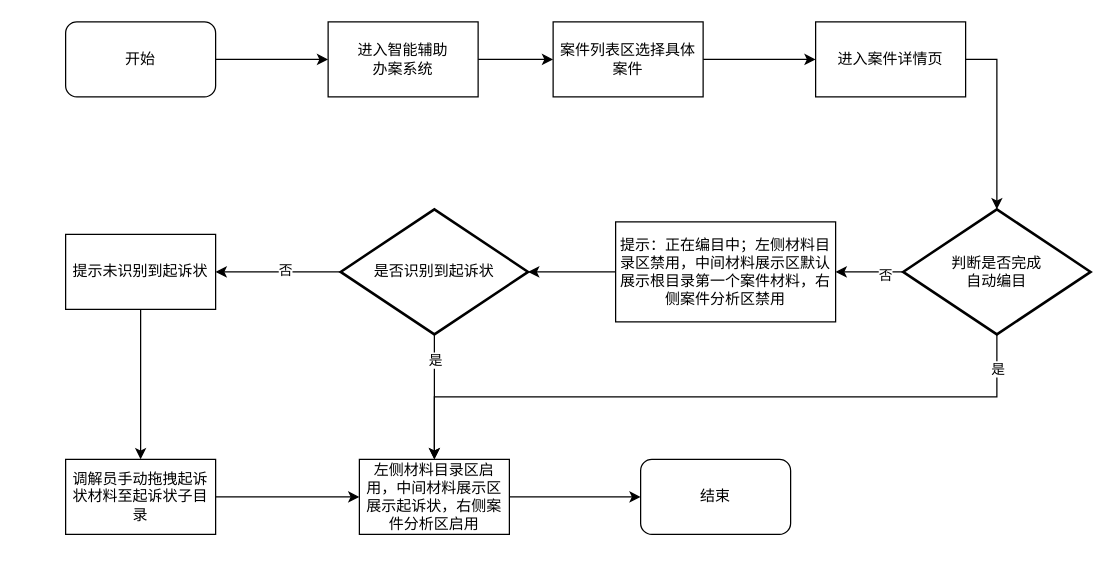
Above: 案件管理模块流程图.drawio in Lainy0605/graduate (draw.io), before the change. Source tidied: cells renumbered, new cells numbered last; positions are measured from the earlier drawing's top-left corner, leaving out a move shared by most shapes. Both pictures are drawn from the tidied source at 125%, with x=0, y=0 at pixel (65, 21).
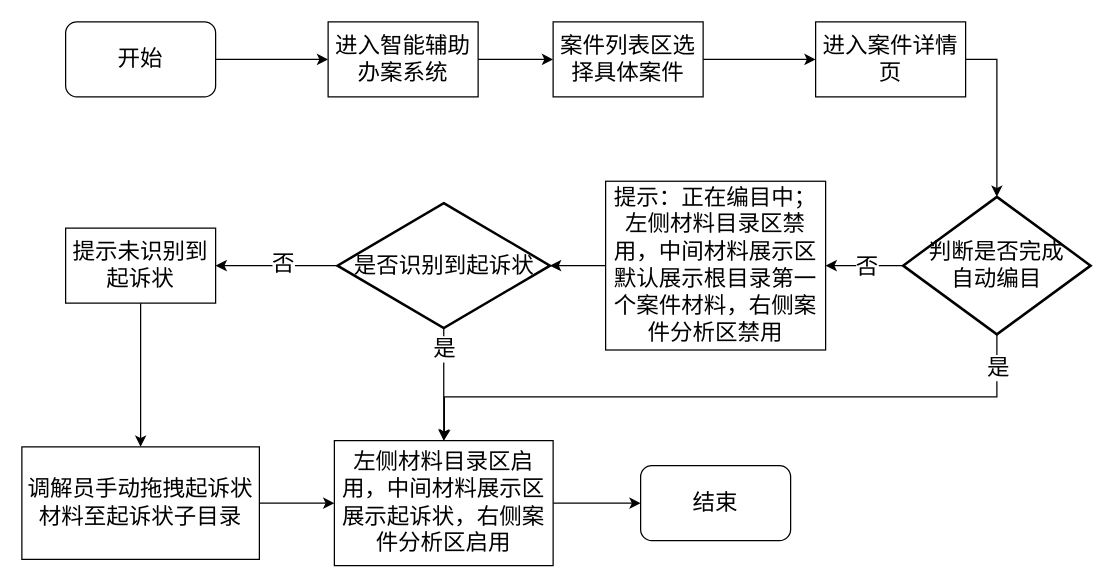
Above is the later version.

Commit message:
更新案件管理模块流程图.drawio

Change to the diagram source:
```diff
@@
-    <mxCell id="2" style="edgeStyle=orthogonalEdgeStyle;rounded=0;jettySize=auto;html=1;entryX=0;entryY=0.5;entryDx=0;entryDy=0;" parent="1" edge="1" source="3" target="5">
+    <mxCell id="2" style="edgeStyle=orthogonalEdgeStyle;rounded=0;jettySize=auto;html=1;entryX=0;entryY=0.5;entryDx=0;entryDy=0;fontSize=18;" parent="1" edge="1" source="3" target="5">
       <mxGeometry relative="1" as="geometry" />
     </mxCell>
-    <mxCell id="3" value="开始" style="rounded=1;whiteSpace=wrap;html=1;" parent="1" vertex="1">
+    <mxCell id="3" value="开始" style="rounded=1;whiteSpace=wrap;html=1;fontSize=18;" parent="1" vertex="1">
       <mxGeometry width="120" height="60" as="geometry" />
     </mxCell>
-    <mxCell id="4" style="edgeStyle=orthogonalEdgeStyle;rounded=0;jettySize=auto;html=1;entryX=0;entryY=0.5;entryDx=0;entryDy=0;" parent="1" edge="1" source="5" target="7">
+    <mxCell id="4" style="edgeStyle=orthogonalEdgeStyle;rounded=0;jettySize=auto;html=1;entryX=0;entryY=0.5;entryDx=0;entryDy=0;fontSize=18;" parent="1" edge="1" source="5" target="7">
       <mxGeometry relative="1" as="geometry" />
     </mxCell>
-    <mxCell id="5" value="进入智能辅助&lt;div&gt;办案系统&lt;/div&gt;" style="rounded=0;whiteSpace=wrap;html=1;" parent="1" vertex="1">
+    <mxCell id="5" value="进入智能辅助&lt;div&gt;办案系统&lt;/div&gt;" style="rounded=0;whiteSpace=wrap;html=1;fontSize=18;" parent="1" vertex="1">
       <mxGeometry x="210" width="120" height="60" as="geometry" />
     </mxCell>
-    <mxCell id="6" style="edgeStyle=orthogonalEdgeStyle;rounded=0;jettySize=auto;html=1;entryX=0;entryY=0.5;entryDx=0;entryDy=0;" parent="1" edge="1" source="7" target="8">
+    <mxCell id="6" style="edgeStyle=orthogonalEdgeStyle;rounded=0;jettySize=auto;html=1;entryX=0;entryY=0.5;entryDx=0;entryDy=0;fontSize=18;" parent="1" edge="1" source="7" target="8">
       <mxGeometry relative="1" as="geometry" />
     </mxCell>
-    <mxCell id="7" value="案件列表区选择具体案件" style="rounded=0;whiteSpace=wrap;html=1;" parent="1" vertex="1">
+    <mxCell id="7" value="案件列表区选择具体案件" style="rounded=0;whiteSpace=wrap;html=1;fontSize=18;" parent="1" vertex="1">
       <mxGeometry x="390" width="120" height="60" as="geometry" />
     </mxCell>
-    <mxCell id="8" value="进入案件详情页" style="rounded=0;whiteSpace=wrap;html=1;" parent="1" vertex="1">
+    <mxCell id="8" value="进入案件详情页" style="rounded=0;whiteSpace=wrap;html=1;fontSize=18;" parent="1" vertex="1">
       <mxGeometry x="600" width="120" height="60" as="geometry" />
     </mxCell>
-    <mxCell id="9" style="edgeStyle=orthogonalEdgeStyle;rounded=0;jettySize=auto;html=1;entryX=1;entryY=0.5;entryDx=0;entryDy=0;" parent="1" edge="1" source="13" target="15">
+    <mxCell id="9" style="edgeStyle=orthogonalEdgeStyle;rounded=0;jettySize=auto;html=1;entryX=1;entryY=0.5;entryDx=0;entryDy=0;fontSize=18;" parent="1" edge="1" source="13" target="15">
       <mxGeometry relative="1" as="geometry" />
     </mxCell>
-    <mxCell id="10" value="否" style="edgeLabel;html=1;align=center;verticalAlign=middle;" parent="9" vertex="1">
-      <mxGeometry x="-0.44" y="2" relative="1" as="geometry" />
+    <mxCell id="10" value="否" style="edgeLabel;html=1;align=center;verticalAlign=middle;fontSize=18;" parent="9" vertex="1">
+      <mxGeometry x="-0.44" y="2" relative="1" as="geometry">
+        <mxPoint x="-13" y="-2" as="offset" />
+      </mxGeometry>
     </mxCell>
-    <mxCell id="11" style="edgeStyle=orthogonalEdgeStyle;rounded=0;jettySize=auto;html=1;entryX=0.5;entryY=0;entryDx=0;entryDy=0;" parent="1" edge="1" source="13" target="22">
+    <mxCell id="11" style="edgeStyle=orthogonalEdgeStyle;rounded=0;jettySize=auto;html=1;entryX=0.5;entryY=0;entryDx=0;entryDy=0;fontSize=18;" parent="1" edge="1" source="13" target="22">
       <mxGeometry relative="1" as="geometry">
         <Array as="points">
           <mxPoint x="745" y="300" />
-          <mxPoint x="295" y="300" />
+          <mxPoint x="303" y="300" />
+          <mxPoint x="303" y="330" />
         </Array>
       </mxGeometry>
     </mxCell>
-    <mxCell id="12" value="是" style="edgeLabel;html=1;align=center;verticalAlign=middle;" parent="11" vertex="1">
+    <mxCell id="12" value="是" style="edgeLabel;html=1;align=center;verticalAlign=middle;fontSize=18;" parent="11" vertex="1">
       <mxGeometry x="-0.9" y="2" relative="1" as="geometry">
         <mxPoint x="-2" as="offset" />
       </mxGeometry>
     </mxCell>
-    <mxCell id="13" value="判断是否完成&lt;div&gt;自动编目&lt;/div&gt;" style="strokeWidth=2;html=1;shape=mxgraph.flowchart.decision;whiteSpace=wrap;" parent="1" vertex="1">
-      <mxGeometry x="670" y="150" width="150" height="100" as="geometry" />
+    <mxCell id="13" value="判断是否完成&lt;div&gt;自动编目&lt;/div&gt;" style="strokeWidth=2;html=1;shape=mxgraph.flowchart.decision;whiteSpace=wrap;fontSize=18;" parent="1" vertex="1">
+      <mxGeometry x="670" y="140" width="150" height="110" as="geometry" />
     </mxCell>
-    <mxCell id="14" style="edgeStyle=orthogonalEdgeStyle;rounded=0;jettySize=auto;html=1;" parent="1" edge="1" source="15" target="20">
+    <mxCell id="14" style="edgeStyle=orthogonalEdgeStyle;rounded=0;jettySize=auto;html=1;fontSize=18;" parent="1" edge="1" source="15" target="20">
       <mxGeometry relative="1" as="geometry" />
     </mxCell>
-    <mxCell id="15" value="提示：正在编目中；左侧材料目录区禁用，中间材料展示区默认展示根目录第一个案件材料，右侧案件分析区禁用" style="rounded=0;whiteSpace=wrap;html=1;" parent="1" vertex="1">
-      <mxGeometry x="440" y="160" width="176" height="80" as="geometry" />
+    <mxCell id="15" value="提示：正在编目中；左侧材料目录区禁用，中间材料展示区默认展示根目录第一个案件材料，右侧案件分析区禁用" style="rounded=0;whiteSpace=wrap;html=1;fontSize=18;" parent="1" vertex="1">
+      <mxGeometry x="432" y="127.5" width="176" height="135" as="geometry" />
     </mxCell>
-    <mxCell id="16" style="edgeStyle=orthogonalEdgeStyle;rounded=0;jettySize=auto;html=1;" parent="1" edge="1" source="20" target="25">
+    <mxCell id="16" style="edgeStyle=orthogonalEdgeStyle;rounded=0;jettySize=auto;html=1;fontSize=18;" parent="1" edge="1" source="20" target="25">
       <mxGeometry relative="1" as="geometry" />
     </mxCell>
-    <mxCell id="17" value="否" style="edgeLabel;html=1;align=center;verticalAlign=middle;" parent="16" vertex="1">
+    <mxCell id="17" value="否" style="edgeLabel;html=1;align=center;verticalAlign=middle;fontSize=18;" parent="16" vertex="1">
       <mxGeometry x="-0.1" y="-2" relative="1" as="geometry" />
     </mxCell>
-    <mxCell id="18" style="edgeStyle=orthogonalEdgeStyle;rounded=0;jettySize=auto;html=1;" parent="1" edge="1" source="20" target="22">
+    <mxCell id="18" style="edgeStyle=orthogonalEdgeStyle;rounded=0;jettySize=auto;html=1;fontSize=18;" parent="1" edge="1" source="20" target="22">
       <mxGeometry relative="1" as="geometry" />
     </mxCell>
-    <mxCell id="19" value="是" style="edgeLabel;html=1;align=center;verticalAlign=middle;" parent="18" vertex="1">
+    <mxCell id="19" value="是" style="edgeLabel;html=1;align=center;verticalAlign=middle;fontSize=18;" parent="18" vertex="1">
       <mxGeometry x="-0.16" y="1" relative="1" as="geometry">
         <mxPoint x="-1" y="-22" as="offset" />
       </mxGeometry>
     </mxCell>
-    <mxCell id="20" value="是否识别到起诉状" style="strokeWidth=2;html=1;shape=mxgraph.flowchart.decision;whiteSpace=wrap;" parent="1" vertex="1">
-      <mxGeometry x="220" y="150" width="150" height="100" as="geometry" />
+    <mxCell id="20" value="是否识别到起诉状" style="strokeWidth=2;html=1;shape=mxgraph.flowchart.decision;whiteSpace=wrap;fontSize=18;" parent="1" vertex="1">
+      <mxGeometry x="217.5" y="145" width="170" height="100" as="geometry" />
     </mxCell>
-    <mxCell id="21" style="edgeStyle=orthogonalEdgeStyle;rounded=0;jettySize=auto;html=1;entryX=0;entryY=0.5;entryDx=0;entryDy=0;" parent="1" edge="1" source="22" target="23">
+    <mxCell id="21" style="edgeStyle=orthogonalEdgeStyle;rounded=0;jettySize=auto;html=1;entryX=0;entryY=0.5;entryDx=0;entryDy=0;fontSize=18;" parent="1" edge="1" source="22" target="23">
       <mxGeometry relative="1" as="geometry" />
     </mxCell>
-    <mxCell id="22" value="左侧材料目录区启用，中间材料展示区展示起诉状，右侧案件分析区启用" style="rounded=0;whiteSpace=wrap;html=1;" parent="1" vertex="1">
-      <mxGeometry x="235" y="350" width="120" height="60" as="geometry" />
+    <mxCell id="22" value="左侧材料目录区启用，中间材料展示区展示起诉状，右侧案件分析区启用" style="rounded=0;whiteSpace=wrap;html=1;fontSize=18;" parent="1" vertex="1">
+      <mxGeometry x="215" y="335" width="175" height="100" as="geometry" />
     </mxCell>
-    <mxCell id="23" value="结束" style="rounded=1;whiteSpace=wrap;html=1;" parent="1" vertex="1">
-      <mxGeometry x="460" y="350" width="120" height="60" as="geometry" />
+    <mxCell id="23" value="结束" style="rounded=1;whiteSpace=wrap;html=1;fontSize=18;" parent="1" vertex="1">
+      <mxGeometry x="460" y="355" width="120" height="60" as="geometry" />
     </mxCell>
-    <mxCell id="24" style="edgeStyle=orthogonalEdgeStyle;rounded=0;jettySize=auto;html=1;entryX=0.5;entryY=0;entryDx=0;entryDy=0;" parent="1" edge="1" source="25" target="27">
+    <mxCell id="24" style="edgeStyle=orthogonalEdgeStyle;rounded=0;jettySize=auto;html=1;entryX=0.5;entryY=0;entryDx=0;entryDy=0;fontSize=18;" parent="1" edge="1" source="25" target="27">
       <mxGeometry relative="1" as="geometry" />
     </mxCell>
-    <mxCell id="25" value="提示未识别到起诉状" style="rounded=0;whiteSpace=wrap;html=1;" parent="1" vertex="1">
-      <mxGeometry y="170" width="120" height="60" as="geometry" />
+    <mxCell id="25" value="提示未识别到起诉状" style="rounded=0;whiteSpace=wrap;html=1;fontSize=18;" parent="1" vertex="1">
+      <mxGeometry y="165" width="120" height="60" as="geometry" />
     </mxCell>
-    <mxCell id="26" style="edgeStyle=orthogonalEdgeStyle;rounded=0;jettySize=auto;html=1;" parent="1" edge="1" source="27" target="22">
+    <mxCell id="26" style="edgeStyle=orthogonalEdgeStyle;rounded=0;jettySize=auto;html=1;fontSize=18;" parent="1" edge="1" source="27" target="22">
       <mxGeometry relative="1" as="geometry" />
     </mxCell>
-    <mxCell id="27" value="调解员手动拖拽起诉状材料至起诉状子目录" style="rounded=0;whiteSpace=wrap;html=1;" parent="1" vertex="1">
-      <mxGeometry y="350" width="120" height="60" as="geometry" />
+    <mxCell id="27" value="调解员手动拖拽起诉状材料至起诉状子目录" style="rounded=0;whiteSpace=wrap;html=1;fontSize=18;" parent="1" vertex="1">
+      <mxGeometry x="-35" y="340" width="190" height="90" as="geometry" />
     </mxCell>
-    <mxCell id="28" style="edgeStyle=orthogonalEdgeStyle;rounded=0;jettySize=auto;html=1;entryX=0.5;entryY=0;entryDx=0;entryDy=0;entryPerimeter=0;exitX=1;exitY=0.5;exitDx=0;exitDy=0;" parent="1" edge="1" source="8" target="13">
+    <mxCell id="28" style="edgeStyle=orthogonalEdgeStyle;rounded=0;jettySize=auto;html=1;entryX=0.5;entryY=0;entryDx=0;entryDy=0;entryPerimeter=0;exitX=1;exitY=0.5;exitDx=0;exitDy=0;fontSize=18;" parent="1" edge="1" source="8" target="13">
       <mxGeometry relative="1" as="geometry" />
     </mxCell>
```
